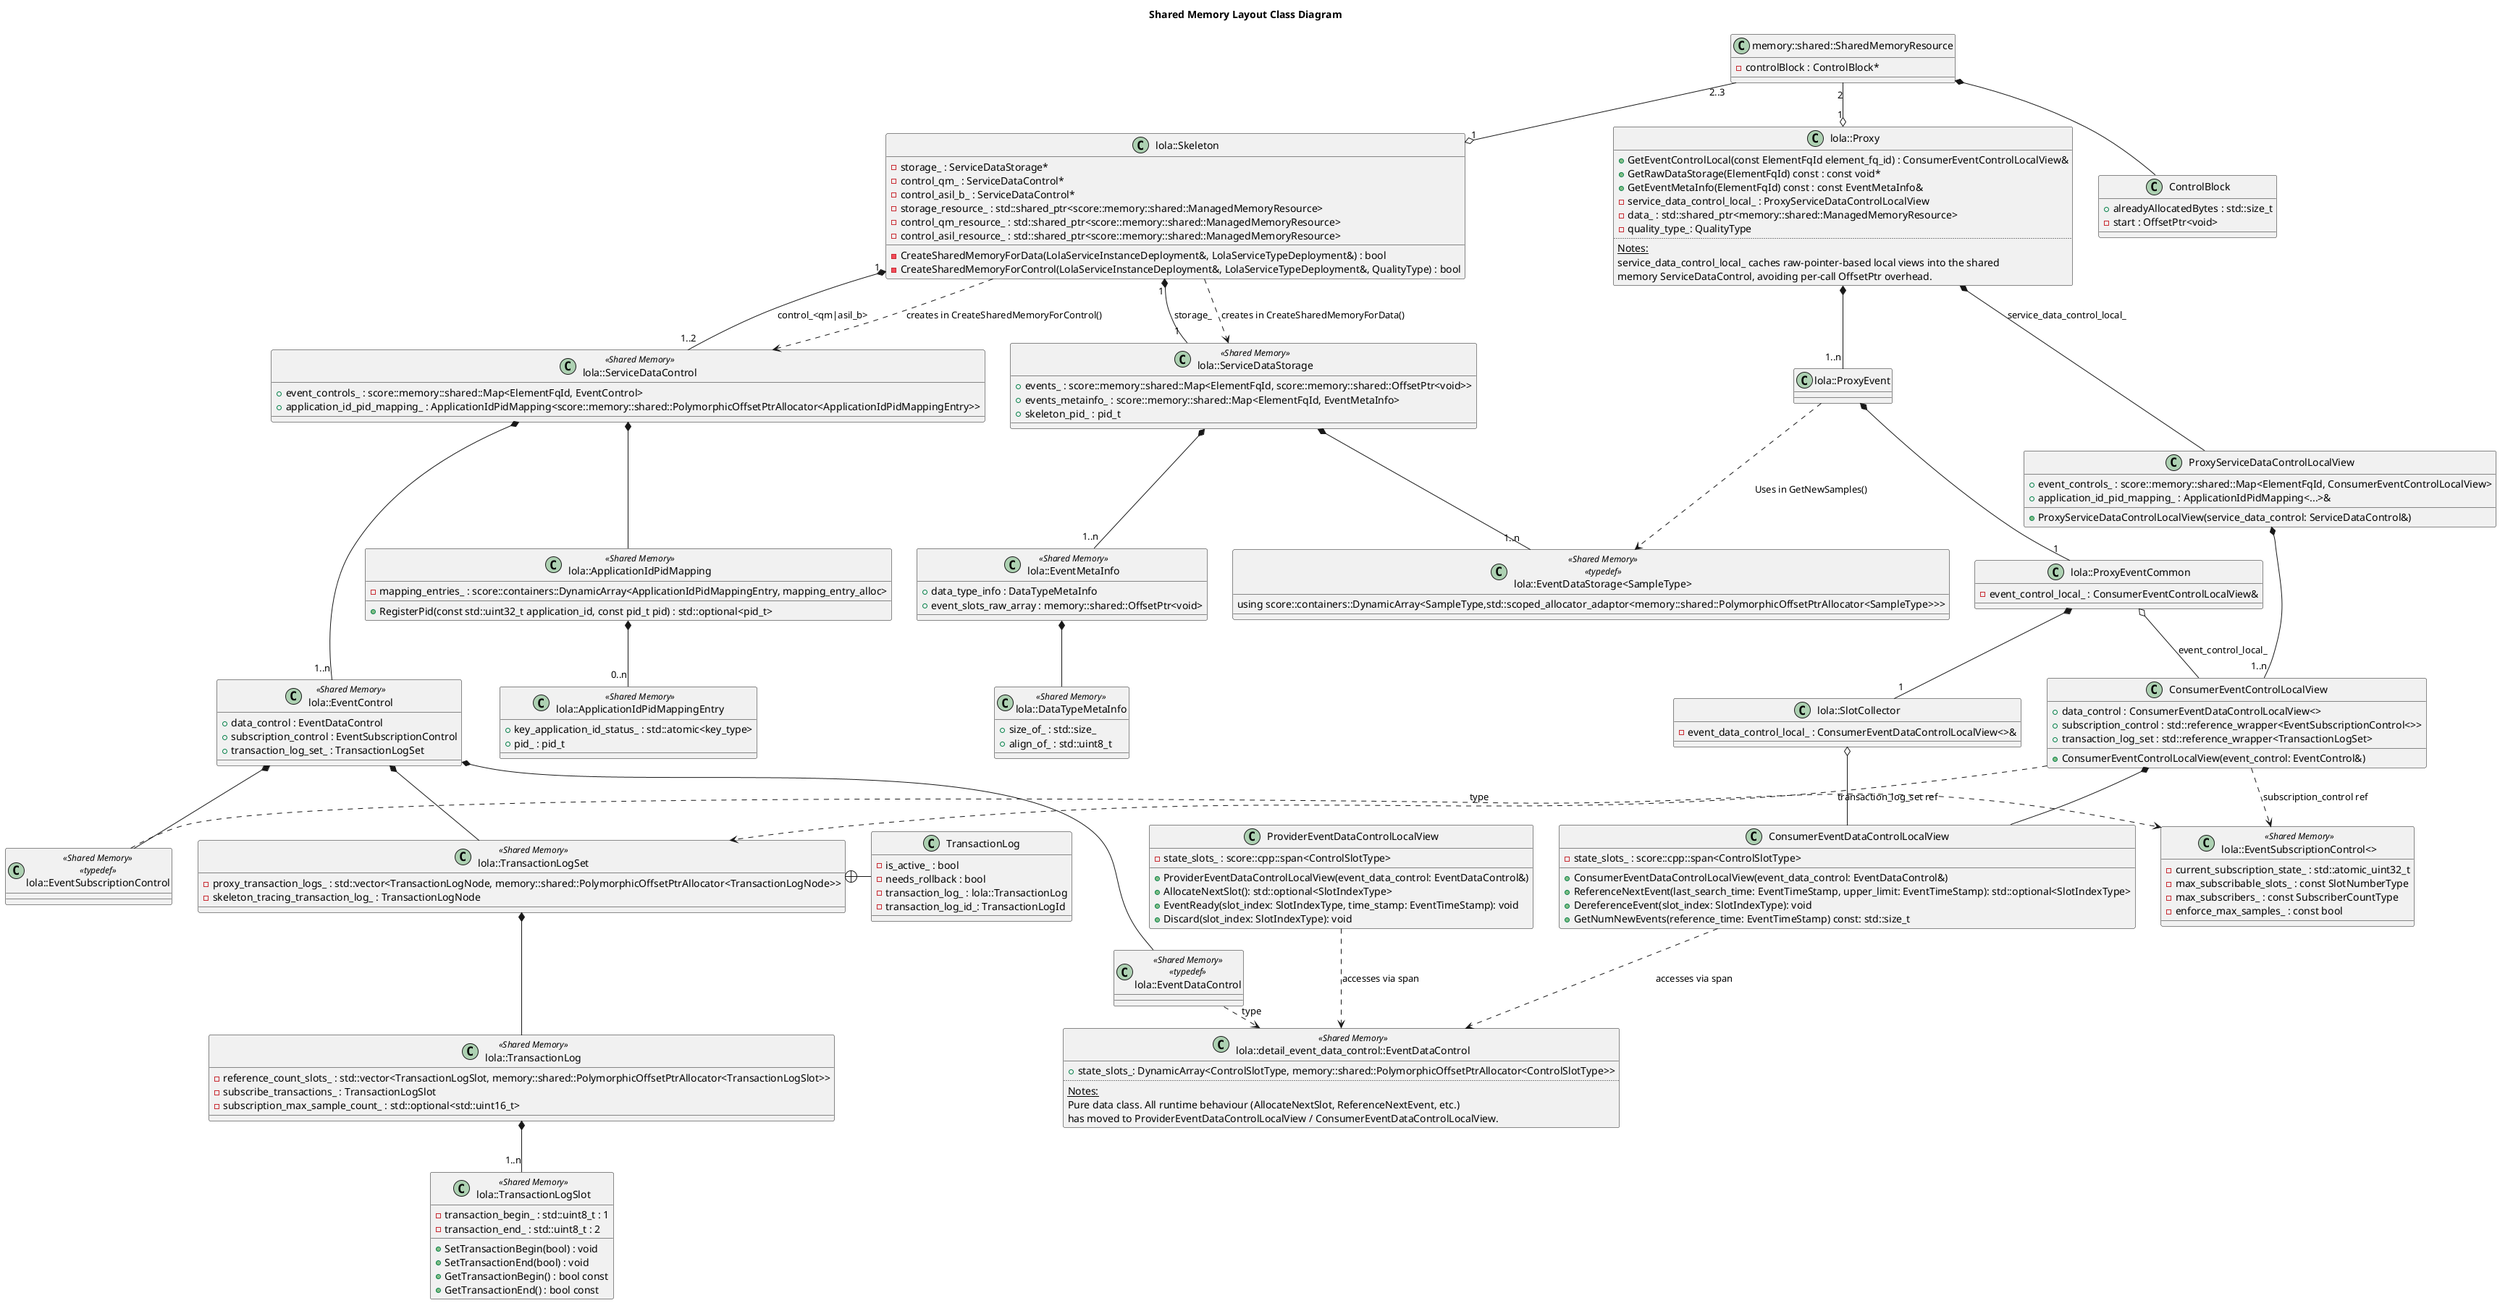
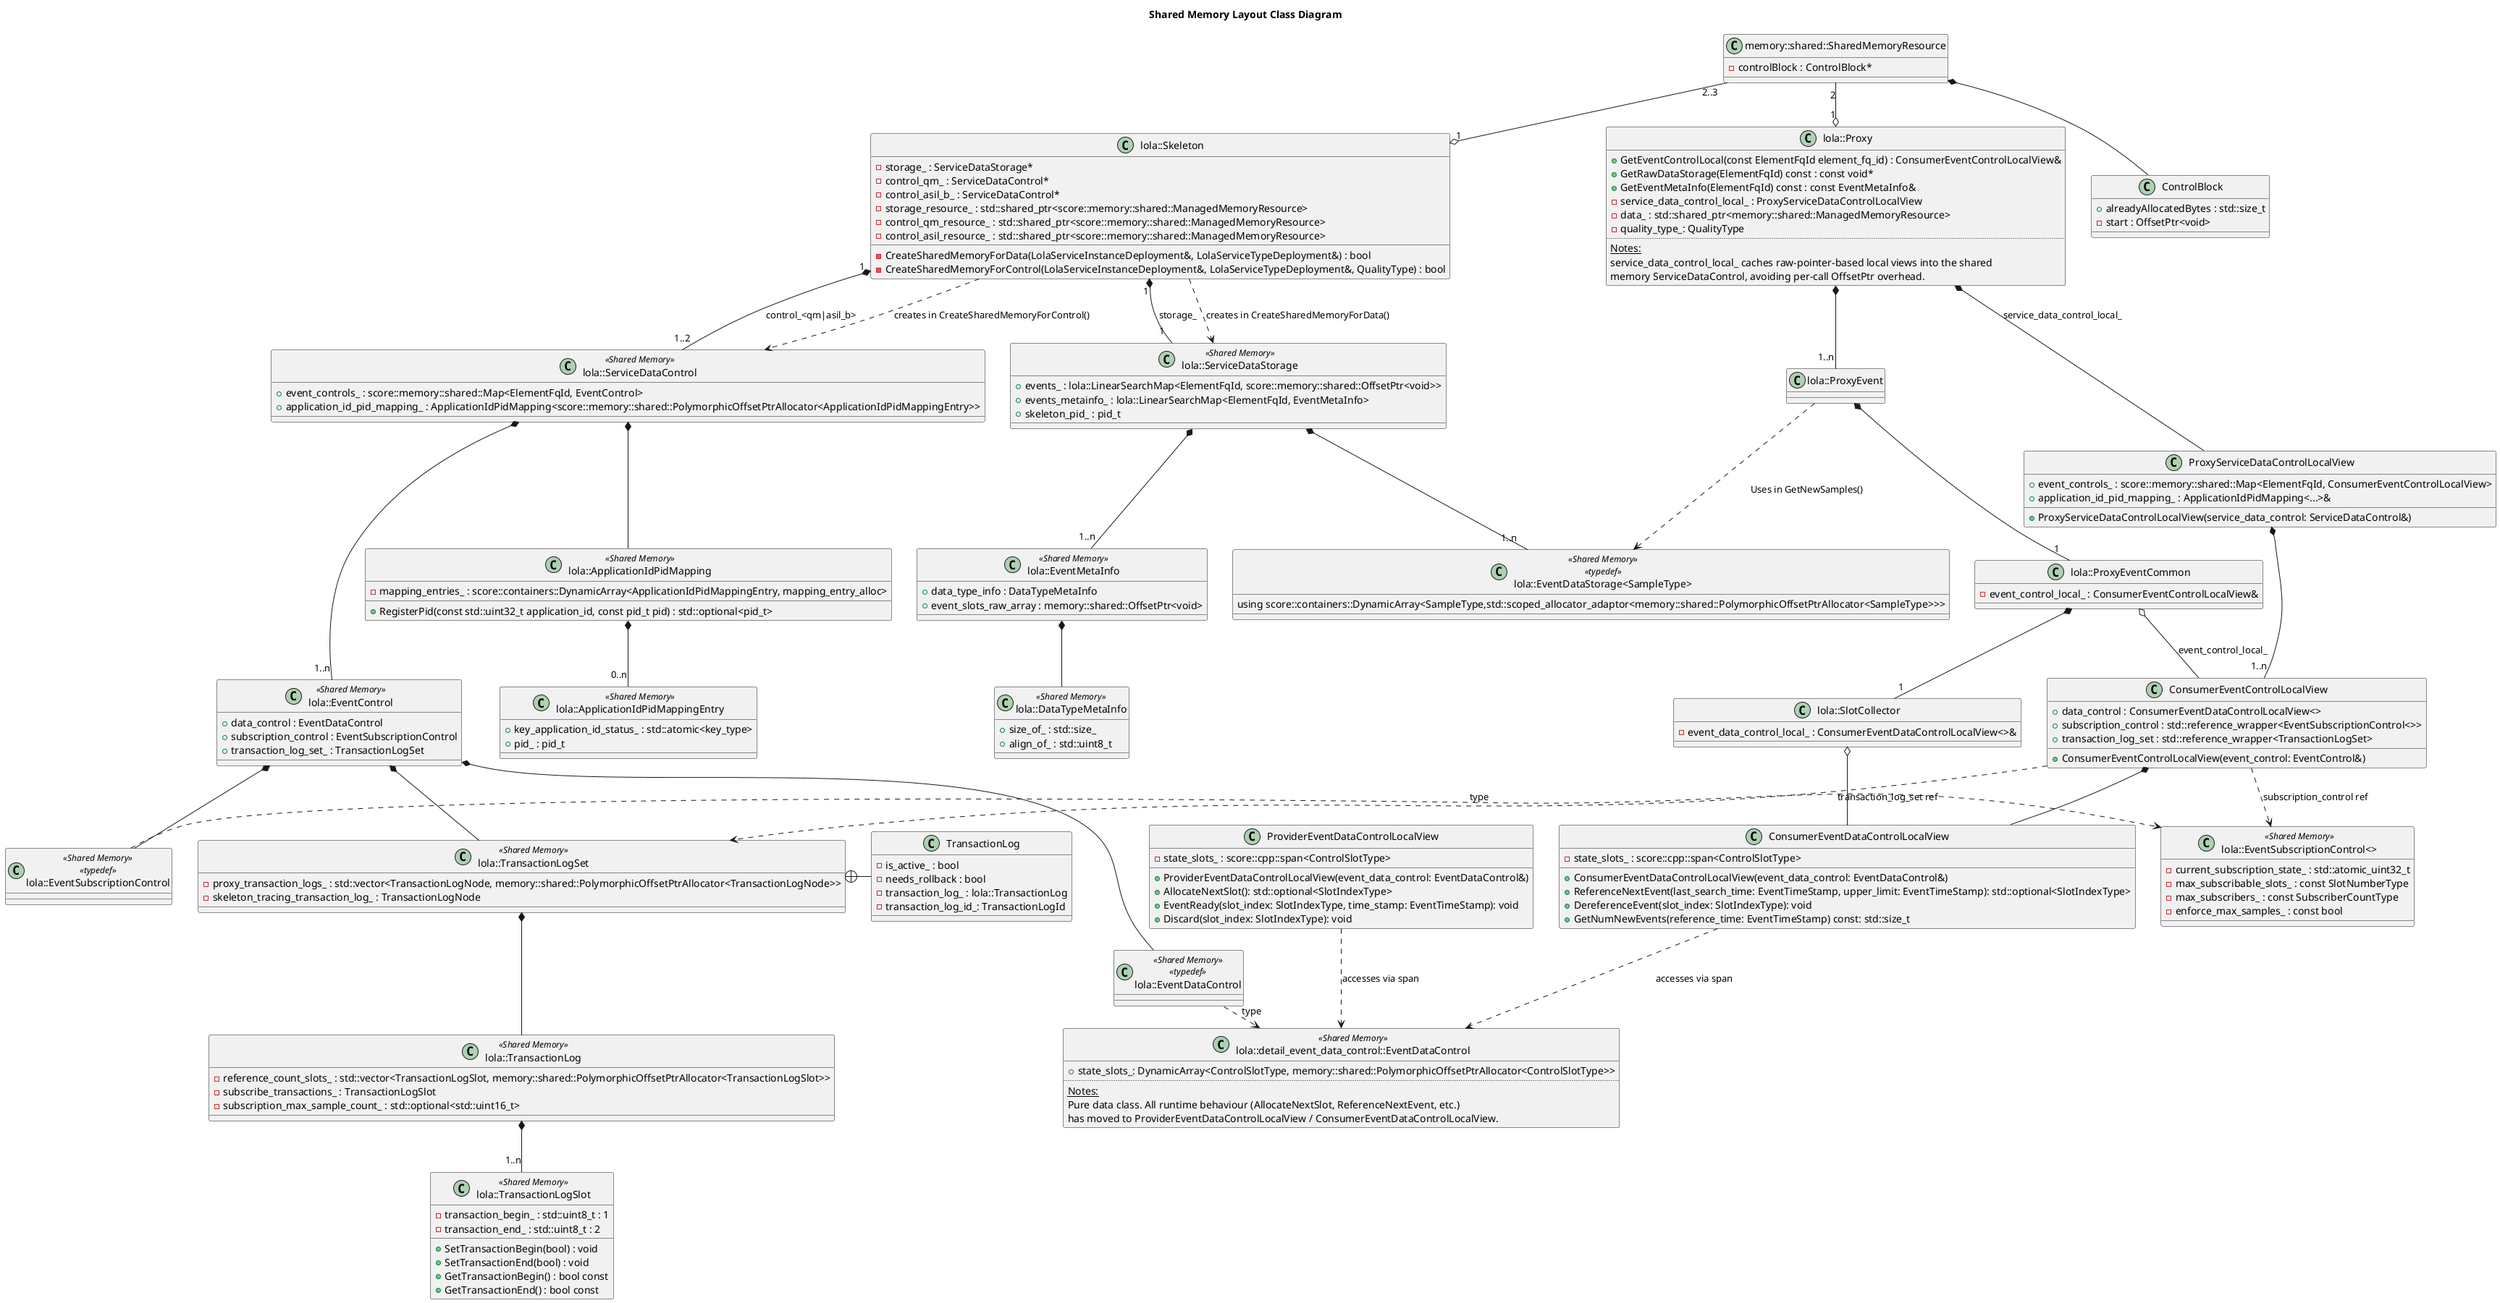
@startuml shared_mem_layout_classdiagram
title "Shared Memory Layout Class Diagram"

class "lola::Skeleton" {
  -CreateSharedMemoryForData(LolaServiceInstanceDeployment&, LolaServiceTypeDeployment&) : bool
  -CreateSharedMemoryForControl(LolaServiceInstanceDeployment&, LolaServiceTypeDeployment&, QualityType) : bool
  -storage_ : ServiceDataStorage*
  -control_qm_ : ServiceDataControl*
  -control_asil_b_ : ServiceDataControl*
  -storage_resource_ : std::shared_ptr<score::memory::shared::ManagedMemoryResource>
  -control_qm_resource_ : std::shared_ptr<score::memory::shared::ManagedMemoryResource>
  -control_asil_resource_ : std::shared_ptr<score::memory::shared::ManagedMemoryResource>
}

class "lola::ServiceDataStorage" <<Shared Memory>> {
-   +events_ : score::memory::shared::Map<ElementFqId, score::memory::shared::OffsetPtr<void>>
-   +events_metainfo_ : score::memory::shared::Map<ElementFqId, EventMetaInfo>
+   +events_ : lola::LinearSearchMap<ElementFqId, score::memory::shared::OffsetPtr<void>>
+   +events_metainfo_ : lola::LinearSearchMap<ElementFqId, EventMetaInfo>
  +skeleton_pid_ : pid_t
}

class "lola::EventMetaInfo" <<Shared Memory>> {
  +data_type_info : DataTypeMetaInfo
  +event_slots_raw_array : memory::shared::OffsetPtr<void>
}

class "lola::DataTypeMetaInfo" <<Shared Memory>> {
  +size_of_ : std::size_
  +align_of_ : std::uint8_t
}

class "lola::EventDataStorage<SampleType>" <<Shared Memory>> <<typedef>> {
  using score::containers::DynamicArray<SampleType,std::scoped_allocator_adaptor<memory::shared::PolymorphicOffsetPtrAllocator<SampleType>>>
}

class "lola::ServiceDataControl" <<Shared Memory>> {
  +event_controls_ : score::memory::shared::Map<ElementFqId, EventControl>
  +application_id_pid_mapping_ : ApplicationIdPidMapping<score::memory::shared::PolymorphicOffsetPtrAllocator<ApplicationIdPidMappingEntry>>
}

class "lola::EventDataControl" <<Shared Memory>> <<typedef>> {
}

class "lola::detail_event_data_control::EventDataControl" as EventDataControl <<Shared Memory>> {
  +state_slots_: DynamicArray<ControlSlotType, memory::shared::PolymorphicOffsetPtrAllocator<ControlSlotType>>
  ..
  <u>Notes:</u>
  Pure data class. All runtime behaviour (AllocateNextSlot, ReferenceNextEvent, etc.)\nhas moved to ProviderEventDataControlLocalView / ConsumerEventDataControlLocalView.
}

class "memory::shared::SharedMemoryResource" {
  -controlBlock : ControlBlock*
}

class "ControlBlock" {
  +alreadyAllocatedBytes : std::size_t
  -start : OffsetPtr<void>
}

class "lola::Proxy" {
  +GetEventControlLocal(const ElementFqId element_fq_id) : ConsumerEventControlLocalView&
  +GetRawDataStorage(ElementFqId) const : const void*
  +GetEventMetaInfo(ElementFqId) const : const EventMetaInfo&
  -service_data_control_local_ : ProxyServiceDataControlLocalView
  -data_ : std::shared_ptr<memory::shared::ManagedMemoryResource>
  -quality_type_: QualityType
  ..
  <u>Notes:</u>
  service_data_control_local_ caches raw-pointer-based local views into the shared\nmemory ServiceDataControl, avoiding per-call OffsetPtr overhead.
}

class "lola::ProxyEventCommon" {
  -event_control_local_ : ConsumerEventControlLocalView&
}

class "lola::ProxyEvent" {
}

class "lola::SlotCollector" {
  -event_data_control_local_ : ConsumerEventDataControlLocalView<>&
}

class "lola::EventControl" <<Shared Memory>> {
  +data_control : EventDataControl
  +subscription_control : EventSubscriptionControl
  +transaction_log_set_ : TransactionLogSet
}

class "lola::EventSubscriptionControl" <<Shared Memory>> <<typedef>> {
}

class "lola::EventSubscriptionControl<>" as EventSubscriptionControl <<Shared Memory>> {
  -current_subscription_state_ : std::atomic_uint32_t
  -max_subscribable_slots_ : const SlotNumberType
  -max_subscribers_ : const SubscriberCountType
  -enforce_max_samples_ : const bool
}

class "lola::ApplicationIdPidMapping" <<Shared Memory>> {
  +RegisterPid(const std::uint32_t application_id, const pid_t pid) : std::optional<pid_t>
  -mapping_entries_ : score::containers::DynamicArray<ApplicationIdPidMappingEntry, mapping_entry_alloc>
}

class "lola::ApplicationIdPidMappingEntry" <<Shared Memory>> {
  +key_application_id_status_ : std::atomic<key_type>
  +pid_ : pid_t
}

' Local view classes (process-local, non-shared-memory)
class "ProviderEventDataControlLocalView" {
  -state_slots_ : score::cpp::span<ControlSlotType>
  +ProviderEventDataControlLocalView(event_data_control: EventDataControl&)
  +AllocateNextSlot(): std::optional<SlotIndexType>
  +EventReady(slot_index: SlotIndexType, time_stamp: EventTimeStamp): void
  +Discard(slot_index: SlotIndexType): void
}

class "ConsumerEventDataControlLocalView" {
  -state_slots_ : score::cpp::span<ControlSlotType>
  +ConsumerEventDataControlLocalView(event_data_control: EventDataControl&)
  +ReferenceNextEvent(last_search_time: EventTimeStamp, upper_limit: EventTimeStamp): std::optional<SlotIndexType>
  +DereferenceEvent(slot_index: SlotIndexType): void
  +GetNumNewEvents(reference_time: EventTimeStamp) const: std::size_t
}

class "ConsumerEventControlLocalView" {
  +data_control : ConsumerEventDataControlLocalView<>
  +subscription_control : std::reference_wrapper<EventSubscriptionControl<>>
  +transaction_log_set : std::reference_wrapper<TransactionLogSet>
  +ConsumerEventControlLocalView(event_control: EventControl&)
}

class "ProxyServiceDataControlLocalView" {
  +event_controls_ : score::memory::shared::Map<ElementFqId, ConsumerEventControlLocalView>
  +application_id_pid_mapping_ : ApplicationIdPidMapping<...>&
  +ProxyServiceDataControlLocalView(service_data_control: ServiceDataControl&)
}

class "lola::TransactionLogSet" <<Shared Memory>> {
  -proxy_transaction_logs_ : std::vector<TransactionLogNode, memory::shared::PolymorphicOffsetPtrAllocator<TransactionLogNode>>
  -skeleton_tracing_transaction_log_ : TransactionLogNode
}

class TransactionLog {
  -is_active_ : bool
  -needs_rollback : bool
  -transaction_log_ : lola::TransactionLog
  -transaction_log_id_: TransactionLogId
}

class "lola::TransactionLog" <<Shared Memory>> {
  -reference_count_slots_ : std::vector<TransactionLogSlot, memory::shared::PolymorphicOffsetPtrAllocator<TransactionLogSlot>>
  -subscribe_transactions_ : TransactionLogSlot
  -subscription_max_sample_count_ : std::optional<std::uint16_t>
}

class "lola::TransactionLogSlot" <<Shared Memory>> {
  +SetTransactionBegin(bool) : void
  +SetTransactionEnd(bool) : void
  +GetTransactionBegin() : bool const
  +GetTransactionEnd() : bool const
  -transaction_begin_ : std::uint8_t : 1
  -transaction_end_ : std::uint8_t : 2
}


lola::Skeleton "1" *-- "1" lola::ServiceDataStorage : storage_
lola::Skeleton ..> lola::ServiceDataStorage : creates in CreateSharedMemoryForData()

lola::Skeleton "1" *-- "1..2" lola::ServiceDataControl : control_<qm|asil_b>
lola::Skeleton ..> lola::ServiceDataControl : creates in CreateSharedMemoryForControl()

lola::Skeleton "1" o-up- "2..3" memory::shared::SharedMemoryResource
memory::shared::SharedMemoryResource *-- ControlBlock

lola::Proxy "1" o-up- "2" memory::shared::SharedMemoryResource
lola::Proxy *-- ProxyServiceDataControlLocalView : service_data_control_local_

lola::Proxy *-- "1..n" lola::ProxyEvent
lola::ProxyEvent *-- "1" lola::ProxyEventCommon
lola::ProxyEventCommon o-- ConsumerEventControlLocalView : event_control_local_
lola::ProxyEventCommon *-- "1" lola::SlotCollector
lola::SlotCollector o-- ConsumerEventDataControlLocalView
lola::ProxyEvent ..> "lola::EventDataStorage<SampleType>" : Uses in GetNewSamples()

lola::ServiceDataStorage *-- "1..n" "lola::EventDataStorage<SampleType>"
lola::ServiceDataStorage *-- "1..n" lola::EventMetaInfo
lola::EventMetaInfo *-- lola::DataTypeMetaInfo

lola::ServiceDataControl *-- "1..n" lola::EventControl
lola::ServiceDataControl *-- lola::ApplicationIdPidMapping

lola::EventControl *-- lola::EventDataControl
lola::EventControl *-- lola::EventSubscriptionControl
lola::EventControl *-- lola::TransactionLogSet

lola::ApplicationIdPidMapping *-- "0..n" lola::ApplicationIdPidMappingEntry

lola::EventDataControl .> EventDataControl : type
lola::EventSubscriptionControl .> EventSubscriptionControl : type

' Local view relationships
ProxyServiceDataControlLocalView *-- "1..n" ConsumerEventControlLocalView
ConsumerEventControlLocalView *-- ConsumerEventDataControlLocalView
ConsumerEventControlLocalView ..> EventSubscriptionControl : subscription_control ref
ConsumerEventControlLocalView ..> lola::TransactionLogSet : transaction_log_set ref
ConsumerEventDataControlLocalView ..> EventDataControl : accesses via span
ProviderEventDataControlLocalView ..> EventDataControl : accesses via span

lola::TransactionLogSet *-- lola::TransactionLog
lola::TransactionLog *-- "1..n" lola::TransactionLogSlot

TransactionLog -left-+ lola::TransactionLogSet

@enduml
